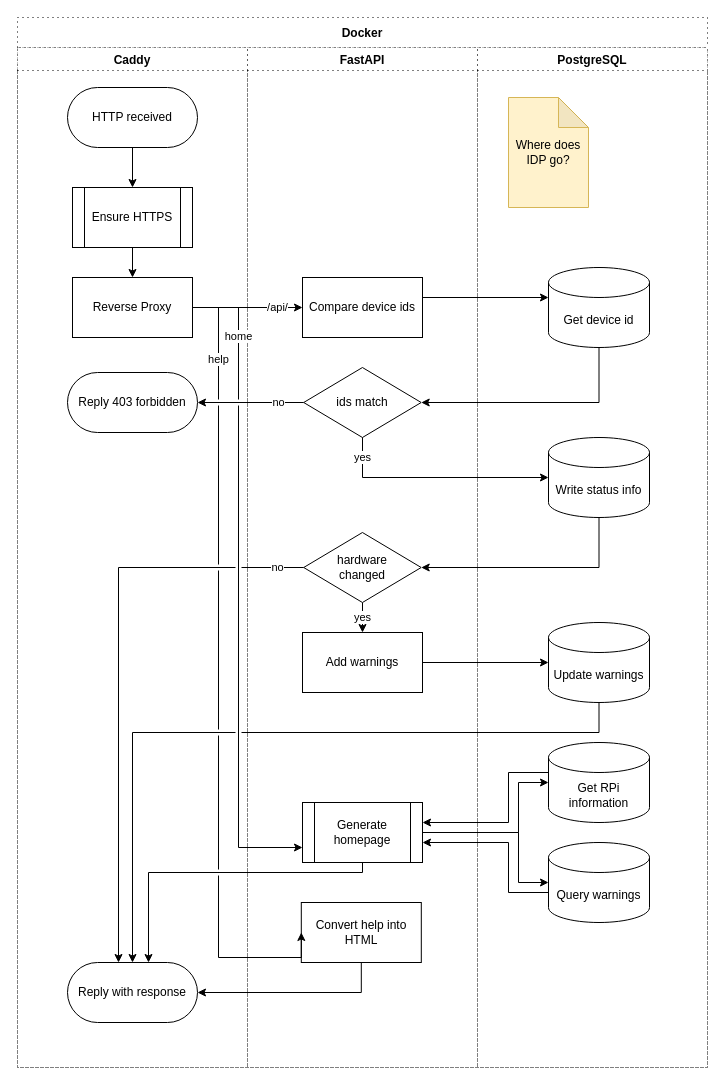
The draw.io diagram docs/diagrams/server-arch.drawio in B-McDonnell/autopi, before the edit. Source tidied: cells renumbered, new cells numbered last; positions are measured from the earlier drawing's top-left corner, leaving out a move shared by most shapes. Both pictures are drawn from the tidied source at 100%, with x=0, y=0 at pixel (17, 17).
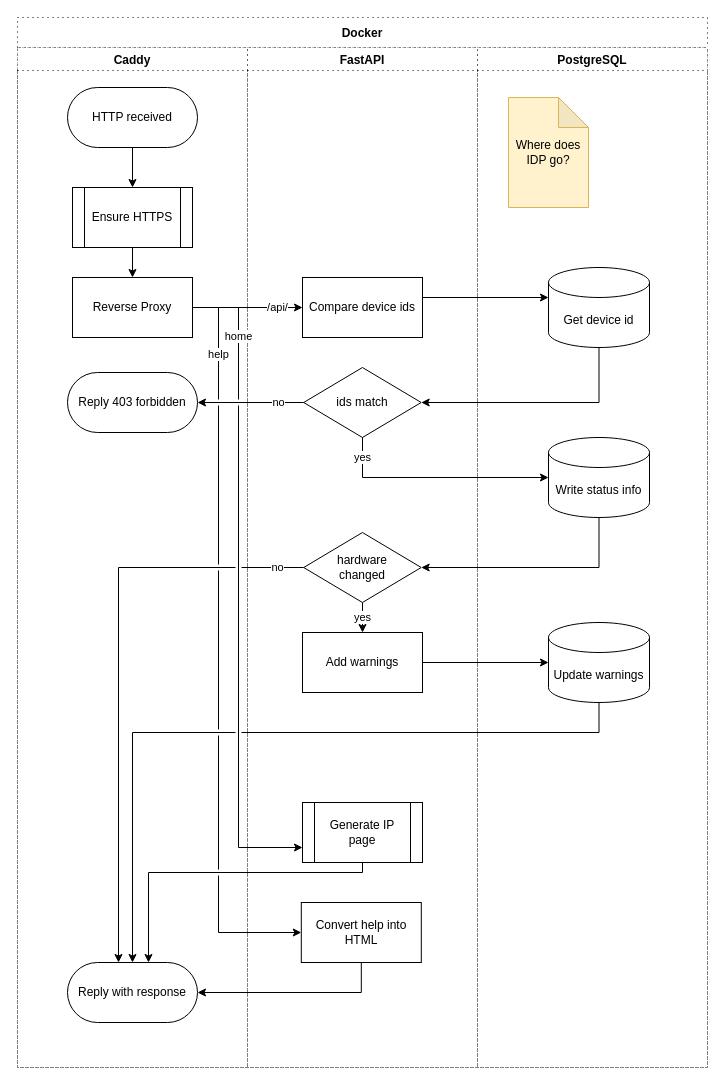
After the change.

Commit message (it also covers changes not shown here):
Corrected homepage creation abstraction

Unchanged cells that the change refers to:
```xml
<mxCell id="2" value="Docker" style="swimlane;startSize=30;dashed=1;dashPattern=1 4;" parent="1" vertex="1">
  <mxGeometry width="690" height="1050" as="geometry" />
</mxCell>
<mxCell id="8" value="Reverse Proxy" style="rounded=0;whiteSpace=wrap;html=1;" parent="3" vertex="1">
  <mxGeometry x="55" y="230" width="120" height="60" as="geometry" />
</mxCell>
<mxCell id="11" value="FastAPI" style="swimlane;dashed=1;dashPattern=1 4;" parent="2" vertex="1">
  <mxGeometry x="230" y="30" width="230" height="1020" as="geometry" />
</mxCell>
<mxCell id="18" value="Convert help into HTML" style="rounded=0;whiteSpace=wrap;html=1;strokeColor=#000000;" parent="11" vertex="1">
  <mxGeometry x="53.8" y="855" width="120" height="60" as="geometry" />
</mxCell>
<mxCell id="19" value="PostgreSQL" style="swimlane;dashed=1;dashPattern=1 4;" parent="2" vertex="1">
  <mxGeometry x="460" y="30" width="230" height="1020" as="geometry" />
</mxCell>
```

Change to the diagram source:
```diff
@@
-    <mxCell id="17" value="Generate homepage" style="shape=process;whiteSpace=wrap;html=1;backgroundOutline=1;" parent="11" vertex="1">
+    <mxCell id="17" value="Generate IP page" style="shape=process;whiteSpace=wrap;html=1;backgroundOutline=1;" parent="11" vertex="1">
       <mxGeometry x="55" y="755" width="120" height="60" as="geometry" />
     </mxCell>
@@
-    <mxCell id="23" value="Get RPi information" style="shape=cylinder3;whiteSpace=wrap;html=1;boundedLbl=1;backgroundOutline=1;size=15;" parent="19" vertex="1">
-      <mxGeometry x="71" y="695" width="101" height="80" as="geometry" />
-    </mxCell>
-    <mxCell id="24" value="Query warnings" style="shape=cylinder3;whiteSpace=wrap;html=1;boundedLbl=1;backgroundOutline=1;size=15;" parent="19" vertex="1">
-      <mxGeometry x="71" y="795" width="101" height="80" as="geometry" />
-    </mxCell>
@@
-    <mxCell id="32" style="edgeStyle=orthogonalEdgeStyle;rounded=0;jettySize=auto;html=1;jumpStyle=gap;" parent="2" edge="1" source="17" target="23">
-      <mxGeometry relative="1" as="geometry">
-        <Array as="points">
-          <mxPoint x="501" y="815" />
-          <mxPoint x="501" y="765" />
-        </Array>
-      </mxGeometry>
-    </mxCell>
-    <mxCell id="33" style="edgeStyle=orthogonalEdgeStyle;rounded=0;jettySize=auto;html=1;jumpStyle=gap;" parent="2" edge="1" source="23" target="17">
-      <mxGeometry relative="1" as="geometry">
-        <Array as="points">
-          <mxPoint x="491" y="755" />
-          <mxPoint x="491" y="805" />
-        </Array>
-      </mxGeometry>
-    </mxCell>
-    <mxCell id="34" style="edgeStyle=orthogonalEdgeStyle;rounded=0;jettySize=auto;html=1;jumpStyle=gap;" parent="2" edge="1" source="17" target="24">
-      <mxGeometry relative="1" as="geometry">
-        <Array as="points">
-          <mxPoint x="501" y="815" />
-          <mxPoint x="501" y="865" />
-        </Array>
-      </mxGeometry>
-    </mxCell>
-    <mxCell id="35" style="edgeStyle=orthogonalEdgeStyle;rounded=0;jettySize=auto;html=1;jumpStyle=gap;" parent="2" edge="1" source="24" target="17">
-      <mxGeometry relative="1" as="geometry">
-        <Array as="points">
-          <mxPoint x="491" y="875" />
-          <mxPoint x="491" y="825" />
-        </Array>
-      </mxGeometry>
-    </mxCell>
@@
     <mxCell id="39" value="help" style="edgeStyle=orthogonalEdgeStyle;rounded=0;jettySize=auto;html=1;entryX=0;entryY=0.5;entryDx=0;entryDy=0;jumpStyle=gap;" parent="2" edge="1" source="8" target="18">
       <mxGeometry x="-0.8" relative="1" as="geometry">
         <Array as="points">
           <mxPoint x="201" y="290" />
-          <mxPoint x="201" y="940" />
+          <mxPoint x="201" y="915" />
         </Array>
       </mxGeometry>
     </mxCell>
```
